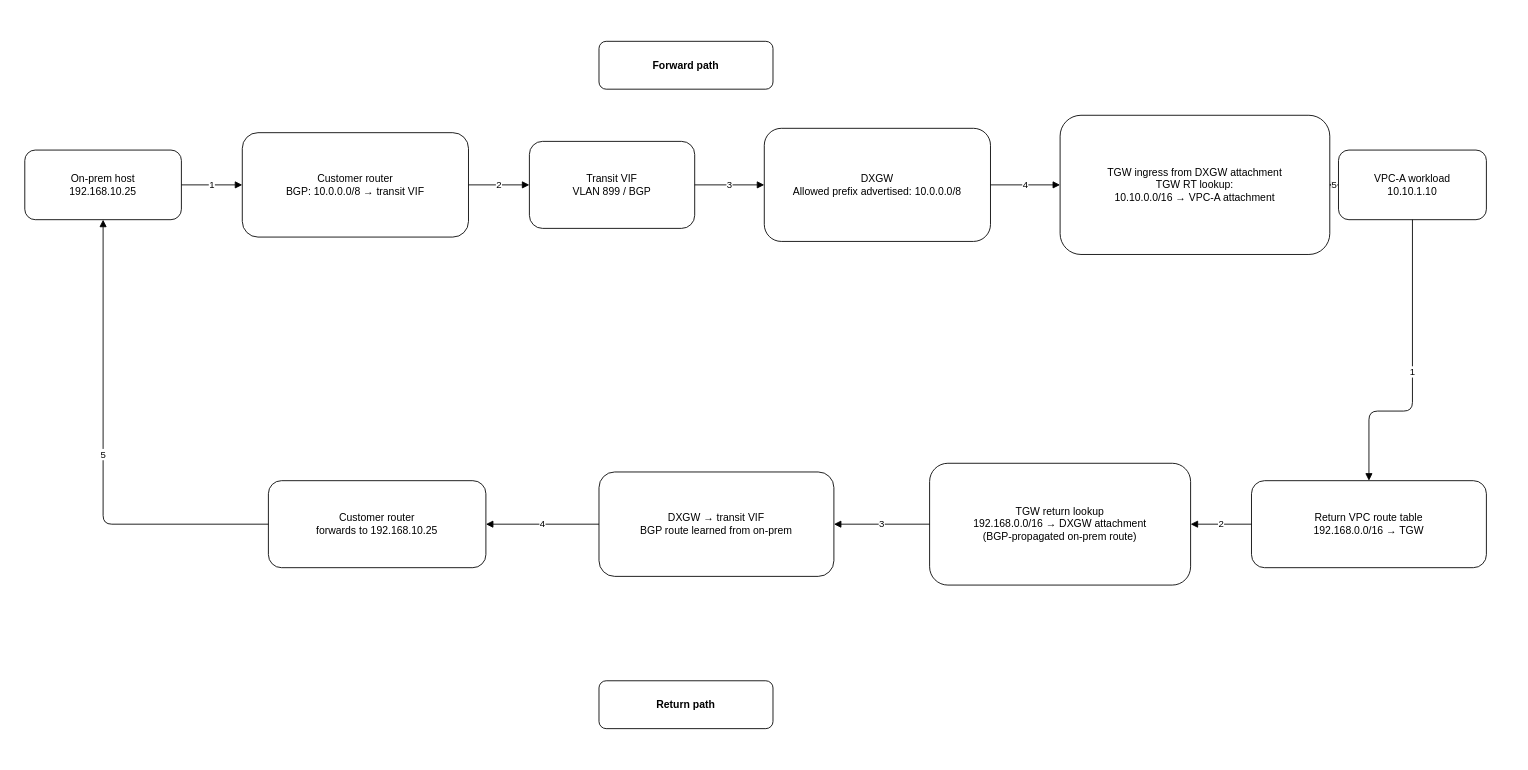
The draw.io diagram images/09-08-26_aws_dx_transit_vif_route_flow.drawio in ccaiccie/knowledge, before the edit. Source tidied: cells renumbered, new cells numbered last; positions are measured from the earlier drawing's top-left corner, leaving out a move shared by most shapes. Both pictures are drawn from the tidied source at 87%, with x=0, y=0 at pixel (24, 41).
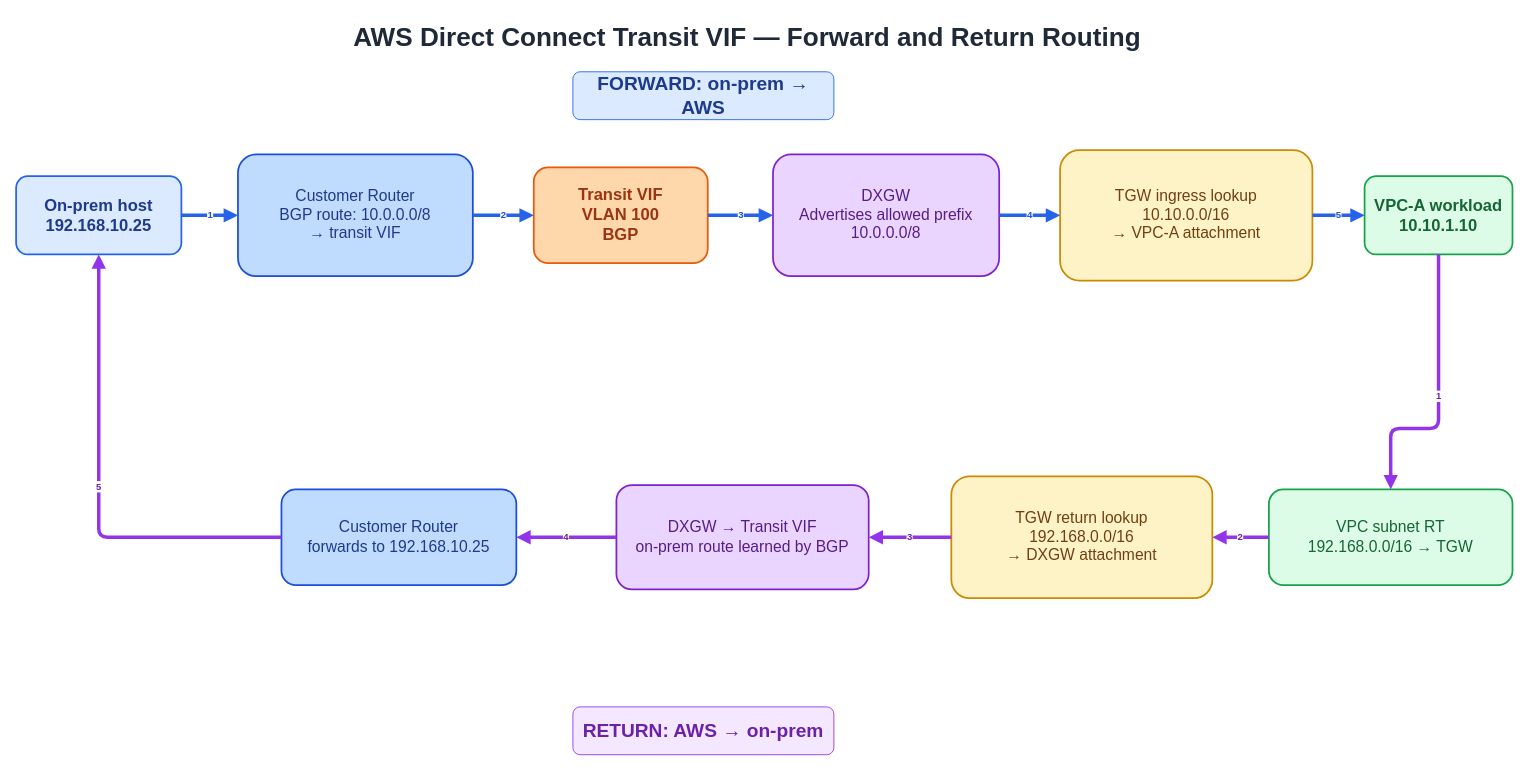
Above is the later version.

Commit message:
Redesign Direct Connect transit VIF route flow diagram

Diff of the diagram source:
```diff
@@
+    <mxCell id="24" value="AWS Direct Connect Transit VIF — Forward and Return Routing" style="text;html=1;align=center;verticalAlign=middle;fontSize=30;fontStyle=1;fontColor=#1f2937;" parent="1" vertex="1">
+      <mxGeometry x="280" y="-30" width="1100" height="50" as="geometry" />
+    </mxCell>
+    <mxCell id="25" value="FORWARD: on-prem → AWS" style="rounded=1;whiteSpace=wrap;html=1;fillColor=#dbeafe;strokeColor=#2563eb;fontSize=22;fontStyle=1;fontColor=#1e3a8a;" parent="1" vertex="1">
+      <mxGeometry x="630" y="35" width="300" height="55" as="geometry" />
+    </mxCell>
+    <mxCell id="26" value="RETURN: AWS → on-prem" style="rounded=1;whiteSpace=wrap;html=1;fillColor=#f3e8ff;strokeColor=#9333ea;fontSize=22;fontStyle=1;fontColor=#6b21a8;" parent="1" vertex="1">
+      <mxGeometry x="630" y="765" width="300" height="55" as="geometry" />
+    </mxCell>
-    <mxCell id="2" value="On-prem host&#10;192.168.10.25" style="rounded=1;whiteSpace=wrap;html=1;" parent="1" vertex="1">
-      <mxGeometry y="125" width="180" height="80" as="geometry" />
+    <mxCell id="2" value="On-prem host&#10;192.168.10.25" style="rounded=1;whiteSpace=wrap;html=1;fillColor=#dbeafe;strokeColor=#2563eb;strokeWidth=2;fontSize=19;fontStyle=1;fontColor=#1e3a8a;" parent="1" vertex="1">
+      <mxGeometry x="-10" y="155" width="190" height="90" as="geometry" />
     </mxCell>
-    <mxCell id="3" value="Customer router&#10;BGP: 10.0.0.0/8 → transit VIF" style="rounded=1;whiteSpace=wrap;html=1;" parent="1" vertex="1">
-      <mxGeometry x="250" y="105" width="260" height="120" as="geometry" />
-    </mxCell>
-    <mxCell id="4" value="Transit VIF&#10;VLAN 899 / BGP" style="rounded=1;whiteSpace=wrap;html=1;" parent="1" vertex="1">
-      <mxGeometry x="580" y="115" width="190" height="100" as="geometry" />
-    </mxCell>
-    <mxCell id="5" value="DXGW&#10;Allowed prefix advertised: 10.0.0.0/8" style="rounded=1;whiteSpace=wrap;html=1;" parent="1" vertex="1">
-      <mxGeometry x="850" y="100" width="260" height="130" as="geometry" />
-    </mxCell>
-    <mxCell id="6" value="TGW ingress from DXGW attachment&#10;TGW RT lookup:&#10;10.10.0.0/16 → VPC-A attachment" style="rounded=1;whiteSpace=wrap;html=1;" parent="1" vertex="1">
-      <mxGeometry x="1190" y="85" width="310" height="160" as="geometry" />
-    </mxCell>
+    <mxCell id="27" value="Customer Router&#10;BGP route: 10.0.0.0/8&#10;→ transit VIF" style="rounded=1;whiteSpace=wrap;html=1;fillColor=#bfdbfe;strokeColor=#1d4ed8;strokeWidth=2;fontSize=18;fontColor=#1e3a8a;" parent="1" vertex="1">
+      <mxGeometry x="245" y="130" width="270" height="140" as="geometry" />
+    </mxCell>
+    <mxCell id="28" value="Transit VIF&#10;VLAN 100&#10;BGP" style="rounded=1;whiteSpace=wrap;html=1;fillColor=#fed7aa;strokeColor=#ea580c;strokeWidth=2;fontSize=19;fontStyle=1;fontColor=#9a3412;" parent="1" vertex="1">
+      <mxGeometry x="585" y="145" width="200" height="110" as="geometry" />
+    </mxCell>
+    <mxCell id="29" value="DXGW&#10;Advertises allowed prefix&#10;10.0.0.0/8" style="rounded=1;whiteSpace=wrap;html=1;fillColor=#e9d5ff;strokeColor=#7e22ce;strokeWidth=2;fontSize=18;fontColor=#581c87;" parent="1" vertex="1">
+      <mxGeometry x="860" y="130" width="260" height="140" as="geometry" />
+    </mxCell>
+    <mxCell id="30" value="TGW ingress lookup&#10;10.10.0.0/16&#10;→ VPC-A attachment" style="rounded=1;whiteSpace=wrap;html=1;fillColor=#fef3c7;strokeColor=#ca8a04;strokeWidth=2;fontSize=18;fontColor=#713f12;" parent="1" vertex="1">
+      <mxGeometry x="1190" y="125" width="290" height="150" as="geometry" />
+    </mxCell>
-    <mxCell id="7" value="VPC-A workload&#10;10.10.1.10" style="rounded=1;whiteSpace=wrap;html=1;" parent="1" vertex="1">
-      <mxGeometry x="1510" y="125" width="170" height="80" as="geometry" />
+    <mxCell id="7" value="VPC-A workload&#10;10.10.1.10" style="rounded=1;whiteSpace=wrap;html=1;fillColor=#dcfce7;strokeColor=#16a34a;strokeWidth=2;fontSize=19;fontStyle=1;fontColor=#166534;" parent="1" vertex="1">
+      <mxGeometry x="1540" y="155" width="170" height="90" as="geometry" />
     </mxCell>
-    <mxCell id="8" value="Return VPC route table&#10;192.168.0.0/16 → TGW" style="rounded=1;whiteSpace=wrap;html=1;" parent="1" vertex="1">
-      <mxGeometry x="1410" y="505" width="270" height="100" as="geometry" />
-    </mxCell>
-    <mxCell id="9" value="TGW return lookup&#10;192.168.0.0/16 → DXGW attachment&#10;(BGP-propagated on-prem route)" style="rounded=1;whiteSpace=wrap;html=1;" parent="1" vertex="1">
-      <mxGeometry x="1040" y="485" width="300" height="140" as="geometry" />
-    </mxCell>
-    <mxCell id="10" value="DXGW → transit VIF&#10;BGP route learned from on-prem" style="rounded=1;whiteSpace=wrap;html=1;" parent="1" vertex="1">
-      <mxGeometry x="660" y="495" width="270" height="120" as="geometry" />
-    </mxCell>
-    <mxCell id="11" value="Customer router&#10;forwards to 192.168.10.25" style="rounded=1;whiteSpace=wrap;html=1;" parent="1" vertex="1">
-      <mxGeometry x="280" y="505" width="250" height="100" as="geometry" />
-    </mxCell>
-    <mxCell id="12" value="Forward path" style="rounded=1;whiteSpace=wrap;html=1;fontStyle=1;" parent="1" vertex="1">
-      <mxGeometry x="660" width="200" height="55" as="geometry" />
-    </mxCell>
-    <mxCell id="13" value="Return path" style="rounded=1;whiteSpace=wrap;html=1;fontStyle=1;" parent="1" vertex="1">
-      <mxGeometry x="660" y="735" width="200" height="55" as="geometry" />
-    </mxCell>
-    <mxCell id="14" value="1" style="edgeStyle=orthogonalEdgeStyle;rounded=1;html=1;endArrow=block;endFill=1;" parent="1" edge="1" source="2" target="3">
-      <mxGeometry relative="1" as="geometry" />
-    </mxCell>
-    <mxCell id="15" value="2" style="edgeStyle=orthogonalEdgeStyle;rounded=1;html=1;endArrow=block;endFill=1;" parent="1" edge="1" source="3" target="4">
-      <mxGeometry relative="1" as="geometry" />
-    </mxCell>
-    <mxCell id="16" value="3" style="edgeStyle=orthogonalEdgeStyle;rounded=1;html=1;endArrow=block;endFill=1;" parent="1" edge="1" source="4" target="5">
-      <mxGeometry relative="1" as="geometry" />
-    </mxCell>
-    <mxCell id="17" value="4" style="edgeStyle=orthogonalEdgeStyle;rounded=1;html=1;endArrow=block;endFill=1;" parent="1" edge="1" source="5" target="6">
-      <mxGeometry relative="1" as="geometry" />
-    </mxCell>
-    <mxCell id="18" value="5" style="edgeStyle=orthogonalEdgeStyle;rounded=1;html=1;endArrow=block;endFill=1;" parent="1" edge="1" source="6" target="7">
-      <mxGeometry relative="1" as="geometry" />
-    </mxCell>
-    <mxCell id="19" value="1" style="edgeStyle=orthogonalEdgeStyle;rounded=1;html=1;endArrow=block;endFill=1;" parent="1" edge="1" source="7" target="8">
-      <mxGeometry relative="1" as="geometry">
-        <Array as="points">
-          <mxPoint x="1595" y="425" />
-        </Array>
-      </mxGeometry>
-    </mxCell>
-    <mxCell id="20" value="2" style="edgeStyle=orthogonalEdgeStyle;rounded=1;html=1;endArrow=block;endFill=1;" parent="1" edge="1" source="8" target="9">
-      <mxGeometry relative="1" as="geometry" />
-    </mxCell>
-    <mxCell id="21" value="3" style="edgeStyle=orthogonalEdgeStyle;rounded=1;html=1;endArrow=block;endFill=1;" parent="1" edge="1" source="9" target="10">
-      <mxGeometry relative="1" as="geometry" />
-    </mxCell>
-    <mxCell id="22" value="4" style="edgeStyle=orthogonalEdgeStyle;rounded=1;html=1;endArrow=block;endFill=1;" parent="1" edge="1" source="10" target="11">
-      <mxGeometry relative="1" as="geometry" />
-    </mxCell>
-    <mxCell id="23" value="5" style="edgeStyle=orthogonalEdgeStyle;rounded=1;html=1;endArrow=block;endFill=1;" parent="1" edge="1" source="11" target="2">
-      <mxGeometry relative="1" as="geometry">
-        <Array as="points">
-          <mxPoint x="90" y="555" />
-        </Array>
-      </mxGeometry>
-    </mxCell>
+    <mxCell id="31" value="VPC subnet RT&#10;192.168.0.0/16 → TGW" style="rounded=1;whiteSpace=wrap;html=1;fillColor=#dcfce7;strokeColor=#16a34a;strokeWidth=2;fontSize=18;fontColor=#166534;" parent="1" vertex="1">
+      <mxGeometry x="1430" y="515" width="280" height="110" as="geometry" />
+    </mxCell>
+    <mxCell id="32" value="TGW return lookup&#10;192.168.0.0/16&#10;→ DXGW attachment" style="rounded=1;whiteSpace=wrap;html=1;fillColor=#fef3c7;strokeColor=#ca8a04;strokeWidth=2;fontSize=18;fontColor=#713f12;" parent="1" vertex="1">
+      <mxGeometry x="1065" y="500" width="300" height="140" as="geometry" />
+    </mxCell>
+    <mxCell id="33" value="DXGW → Transit VIF&#10;on-prem route learned by BGP" style="rounded=1;whiteSpace=wrap;html=1;fillColor=#e9d5ff;strokeColor=#7e22ce;strokeWidth=2;fontSize=18;fontColor=#581c87;" parent="1" vertex="1">
+      <mxGeometry x="680" y="510" width="290" height="120" as="geometry" />
+    </mxCell>
+    <mxCell id="34" value="Customer Router&#10;forwards to 192.168.10.25" style="rounded=1;whiteSpace=wrap;html=1;fillColor=#bfdbfe;strokeColor=#1d4ed8;strokeWidth=2;fontSize=18;fontColor=#1e3a8a;" parent="1" vertex="1">
+      <mxGeometry x="295" y="515" width="270" height="110" as="geometry" />
+    </mxCell>
+    <mxCell id="35" value="1" style="edgeStyle=orthogonalEdgeStyle;rounded=1;html=1;strokeColor=#2563eb;strokeWidth=4;endArrow=block;endFill=1;fontStyle=1;fontColor=#1d4ed8;" parent="1" edge="1" source="2" target="27">
+      <mxGeometry relative="1" as="geometry" />
+    </mxCell>
+    <mxCell id="36" value="2" style="edgeStyle=orthogonalEdgeStyle;rounded=1;html=1;strokeColor=#2563eb;strokeWidth=4;endArrow=block;endFill=1;fontStyle=1;fontColor=#1d4ed8;" parent="1" edge="1" source="27" target="28">
+      <mxGeometry relative="1" as="geometry" />
+    </mxCell>
+    <mxCell id="37" value="3" style="edgeStyle=orthogonalEdgeStyle;rounded=1;html=1;strokeColor=#2563eb;strokeWidth=4;endArrow=block;endFill=1;fontStyle=1;fontColor=#1d4ed8;" parent="1" edge="1" source="28" target="29">
+      <mxGeometry relative="1" as="geometry" />
+    </mxCell>
+    <mxCell id="38" value="4" style="edgeStyle=orthogonalEdgeStyle;rounded=1;html=1;strokeColor=#2563eb;strokeWidth=4;endArrow=block;endFill=1;fontStyle=1;fontColor=#1d4ed8;" parent="1" edge="1" source="29" target="30">
+      <mxGeometry relative="1" as="geometry" />
+    </mxCell>
+    <mxCell id="39" value="5" style="edgeStyle=orthogonalEdgeStyle;rounded=1;html=1;strokeColor=#2563eb;strokeWidth=4;endArrow=block;endFill=1;fontStyle=1;fontColor=#1d4ed8;" parent="1" edge="1" source="30" target="7">
+      <mxGeometry relative="1" as="geometry" />
+    </mxCell>
+    <mxCell id="40" value="1" style="edgeStyle=orthogonalEdgeStyle;rounded=1;html=1;strokeColor=#9333ea;strokeWidth=4;endArrow=block;endFill=1;fontStyle=1;fontColor=#6b21a8;" parent="1" edge="1" source="7" target="31">
+      <mxGeometry relative="1" as="geometry">
+        <Array as="points">
+          <mxPoint x="1625" y="445" />
+        </Array>
+      </mxGeometry>
+    </mxCell>
+    <mxCell id="41" value="2" style="edgeStyle=orthogonalEdgeStyle;rounded=1;html=1;strokeColor=#9333ea;strokeWidth=4;endArrow=block;endFill=1;fontStyle=1;fontColor=#6b21a8;" parent="1" edge="1" source="31" target="32">
+      <mxGeometry relative="1" as="geometry" />
+    </mxCell>
+    <mxCell id="42" value="3" style="edgeStyle=orthogonalEdgeStyle;rounded=1;html=1;strokeColor=#9333ea;strokeWidth=4;endArrow=block;endFill=1;fontStyle=1;fontColor=#6b21a8;" parent="1" edge="1" source="32" target="33">
+      <mxGeometry relative="1" as="geometry" />
+    </mxCell>
+    <mxCell id="43" value="4" style="edgeStyle=orthogonalEdgeStyle;rounded=1;html=1;strokeColor=#9333ea;strokeWidth=4;endArrow=block;endFill=1;fontStyle=1;fontColor=#6b21a8;" parent="1" edge="1" source="33" target="34">
+      <mxGeometry relative="1" as="geometry" />
+    </mxCell>
+    <mxCell id="44" value="5" style="edgeStyle=orthogonalEdgeStyle;rounded=1;html=1;strokeColor=#9333ea;strokeWidth=4;endArrow=block;endFill=1;fontStyle=1;fontColor=#6b21a8;" parent="1" edge="1" source="34" target="2">
+      <mxGeometry relative="1" as="geometry">
+        <Array as="points">
+          <mxPoint x="85" y="570" />
+        </Array>
+      </mxGeometry>
+    </mxCell>
```
